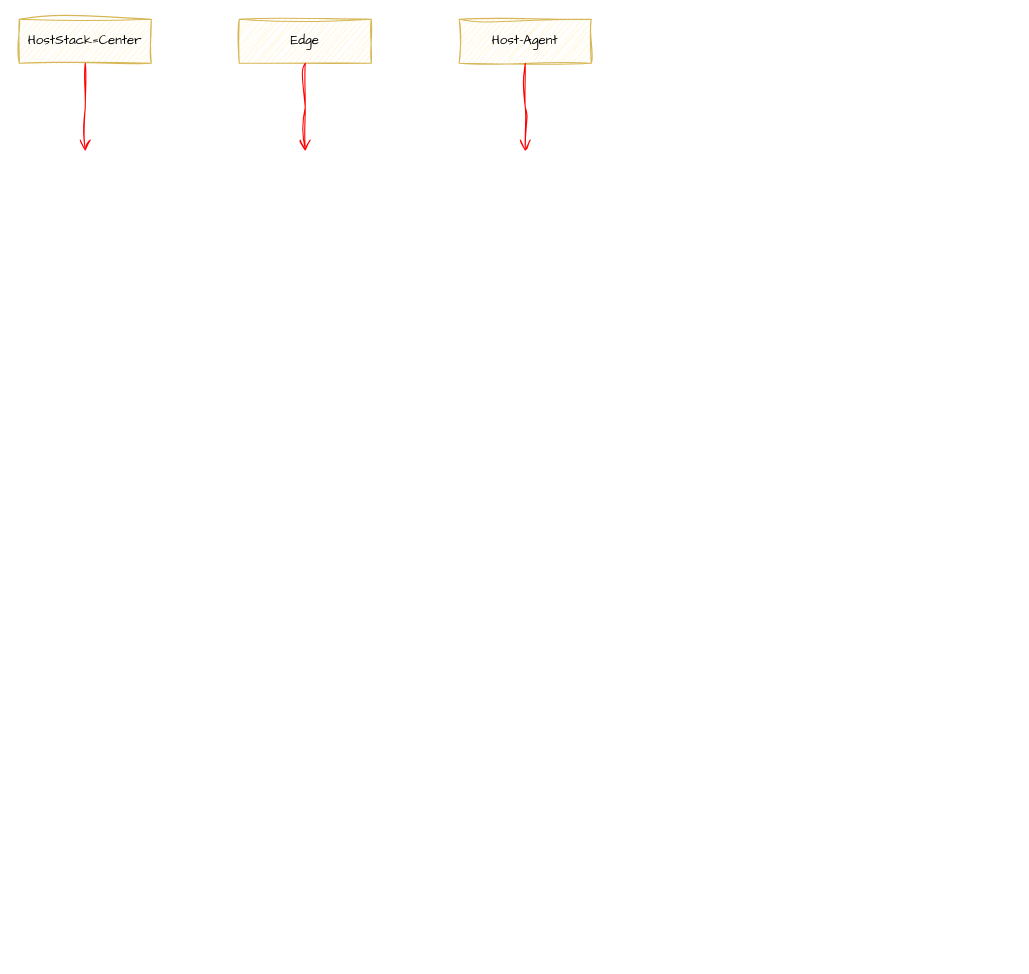
wangkuntian/draw keeps this draw.io diagram as page "时序图" (5 of 5) of test.drawio. Above is the earlier version. Source tidied: cells renumbered, new cells numbered last; positions are measured from the earlier drawing's top-left corner, leaving out a move shared by most shapes. Both pictures are drawn from the tidied source at 110%, with x=0, y=0 at pixel (19, 19).
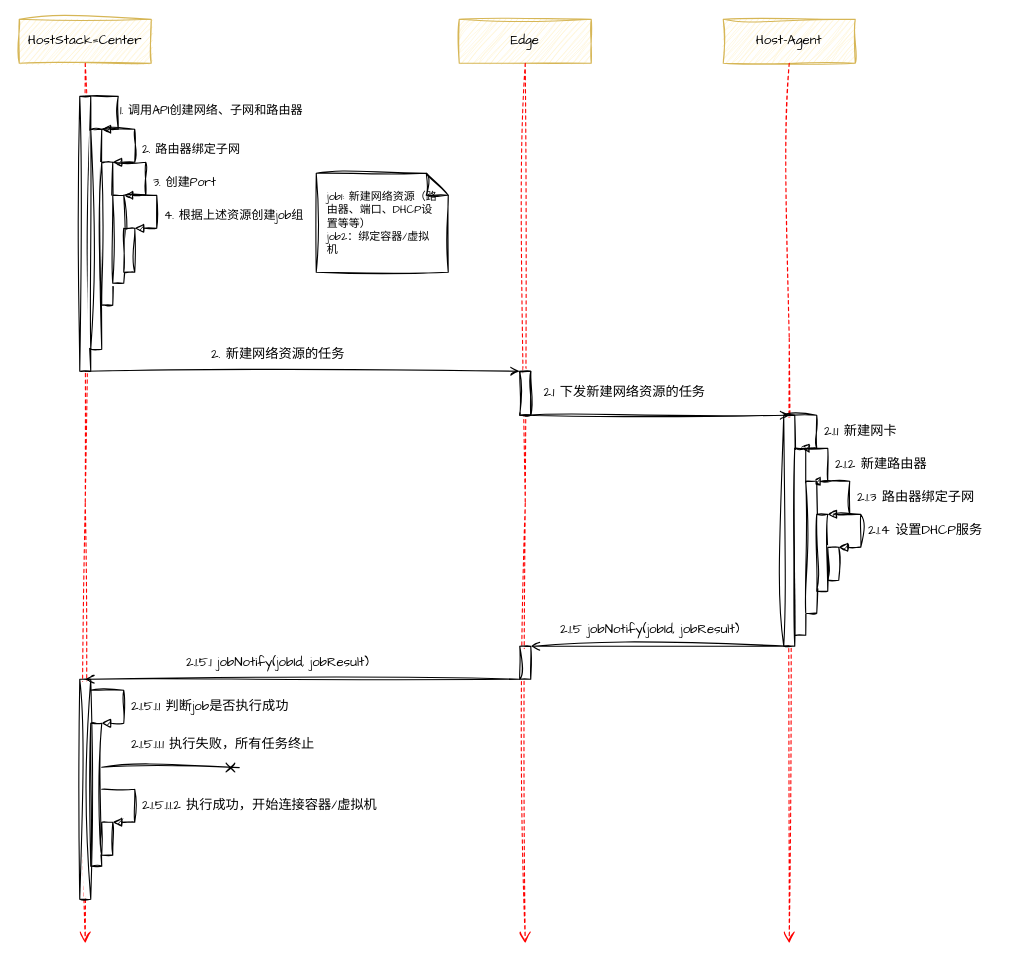
The same page after the edit.

Unchanged cells that the change refers to:
```xml
<mxCell id="2" value="HostStack=Center" style="rounded=0;whiteSpace=wrap;html=1;arcSize=40;sketch=1;hachureGap=4;jiggle=2;curveFitting=1;fontFamily=Architects Daughter;fillColor=#fff2cc;strokeColor=#d6b656;" parent="1" vertex="1">
  <mxGeometry width="120" height="40" as="geometry" />
</mxCell>
```

Change to the diagram source:
```diff
@@
-    <mxCell id="3" style="edgeStyle=orthogonalEdgeStyle;html=1;verticalAlign=bottom;endArrow=open;endSize=8;strokeColor=#ff0000;rounded=0;sketch=1;hachureGap=4;jiggle=2;curveFitting=1;fontFamily=Architects Daughter;" parent="1" edge="1" source="2">
+    <mxCell id="3" style="edgeStyle=orthogonalEdgeStyle;html=1;verticalAlign=bottom;endArrow=open;endSize=8;strokeColor=#ff0000;rounded=0;sketch=1;hachureGap=4;jiggle=2;curveFitting=1;fontFamily=Architects Daughter;dashed=1;" parent="1" edge="1" source="2">
       <mxGeometry relative="1" as="geometry">
-        <mxPoint x="60" y="120" as="targetPoint" />
+        <mxPoint x="60" y="840" as="targetPoint" />
       </mxGeometry>
     </mxCell>
     <mxCell id="4" value="Edge" style="rounded=0;whiteSpace=wrap;html=1;arcSize=40;sketch=1;hachureGap=4;jiggle=2;curveFitting=1;fontFamily=Architects Daughter;fillColor=#fff2cc;strokeColor=#d6b656;" parent="1" vertex="1">
-      <mxGeometry x="200" width="120" height="40" as="geometry" />
+      <mxGeometry x="400" width="120" height="40" as="geometry" />
     </mxCell>
-    <mxCell id="5" style="edgeStyle=orthogonalEdgeStyle;html=1;verticalAlign=bottom;endArrow=open;endSize=8;strokeColor=#ff0000;rounded=0;sketch=1;hachureGap=4;jiggle=2;curveFitting=1;fontFamily=Architects Daughter;" parent="1" edge="1" source="4">
+    <mxCell id="5" style="edgeStyle=orthogonalEdgeStyle;html=1;verticalAlign=bottom;endArrow=open;endSize=8;strokeColor=#ff0000;rounded=0;sketch=1;hachureGap=4;jiggle=2;curveFitting=1;fontFamily=Architects Daughter;dashed=1;" parent="1" edge="1" source="4">
       <mxGeometry relative="1" as="geometry">
-        <mxPoint x="260" y="120" as="targetPoint" />
+        <mxPoint x="460" y="840" as="targetPoint" />
       </mxGeometry>
     </mxCell>
     <mxCell id="6" value="Host-Agent" style="rounded=0;whiteSpace=wrap;html=1;arcSize=40;sketch=1;hachureGap=4;jiggle=2;curveFitting=1;fontFamily=Architects Daughter;fillColor=#fff2cc;strokeColor=#d6b656;" parent="1" vertex="1">
-      <mxGeometry x="400" width="120" height="40" as="geometry" />
+      <mxGeometry x="640" width="120" height="40" as="geometry" />
     </mxCell>
-    <mxCell id="7" style="edgeStyle=orthogonalEdgeStyle;html=1;verticalAlign=bottom;endArrow=open;endSize=8;strokeColor=#ff0000;rounded=0;sketch=1;hachureGap=4;jiggle=2;curveFitting=1;fontFamily=Architects Daughter;" parent="1" edge="1" source="6">
-      <mxGeometry relative="1" as="geometry">
-        <mxPoint x="460" y="120" as="targetPoint" />
-      </mxGeometry>
-    </mxCell>
+    <mxCell id="8" style="html=1;perimeter=orthogonalPerimeter;targetShapes=umlLifeline;newEdgeStyle={&quot;curved&quot;:0,&quot;rounded&quot;:0};sketch=1;hachureGap=4;jiggle=2;curveFitting=1;fontFamily=Architects Daughter;" parent="1" vertex="1">
+      <mxGeometry x="55" y="70" width="10" height="250" as="geometry" />
+    </mxCell>
+    <mxCell id="9" value="&lt;div&gt;job1: 新建网络资源（路由器、端口、DHCP设置等等）&lt;/div&gt;&lt;div&gt;job2：绑定容器/虚拟机&lt;/div&gt;" style="shape=note;size=20;whiteSpace=wrap;html=1;sketch=1;hachureGap=4;jiggle=2;curveFitting=1;fontFamily=Architects Daughter;align=left;verticalAlign=middle;fontSize=10;spacingTop=0;spacing=10;" parent="1" vertex="1">
+      <mxGeometry x="270" y="140" width="120" height="90" as="geometry" />
+    </mxCell>
+    <mxCell id="10" style="html=1;perimeter=orthogonalPerimeter;targetShapes=umlLifeline;newEdgeStyle={&quot;curved&quot;:0,&quot;rounded&quot;:0};sketch=1;hachureGap=4;jiggle=2;curveFitting=1;fontFamily=Architects Daughter;" parent="1" vertex="1">
+      <mxGeometry x="65" y="100" width="10" height="200" as="geometry" />
+    </mxCell>
+    <mxCell id="11" value="&lt;span style=&quot;color: rgb(0, 0, 0); font-family: &amp;quot;Architects Daughter&amp;quot;; font-size: 11px; font-style: normal; font-variant-ligatures: normal; font-variant-caps: normal; font-weight: 400; letter-spacing: normal; orphans: 2; text-align: left; text-indent: 0px; text-transform: none; widows: 2; word-spacing: 0px; -webkit-text-stroke-width: 0px; white-space: nowrap; background-color: rgb(255, 255, 255); text-decoration-thickness: initial; text-decoration-style: initial; text-decoration-color: initial; float: none; display: inline !important;&quot;&gt;2. 路由器绑定子网&lt;/span&gt;" style="text;whiteSpace=wrap;html=1;fontFamily=Architects Daughter;" parent="1" vertex="1">
+      <mxGeometry x="110" y="105" width="160" height="25" as="geometry" />
+    </mxCell>
+    <mxCell id="12" value="&lt;span style=&quot;font-size: 11px; text-wrap: nowrap; background-color: rgb(255, 255, 255);&quot;&gt;1. 调用API创建网络、子网和路由器&lt;/span&gt;" style="text;whiteSpace=wrap;html=1;fontFamily=Architects Daughter;" parent="1" vertex="1">
+      <mxGeometry x="90" y="70" width="180" height="30" as="geometry" />
+    </mxCell>
+    <mxCell id="13" style="html=1;align=left;spacingLeft=2;endArrow=block;rounded=0;edgeStyle=orthogonalEdgeStyle;curved=0;rounded=0;sketch=1;hachureGap=4;jiggle=2;curveFitting=1;fontFamily=Architects Daughter;" parent="1" edge="1">
+      <mxGeometry x="0.33" y="50" relative="1" as="geometry">
+        <mxPoint x="60" y="70" as="sourcePoint" />
+        <mxPoint x="75" y="100" as="targetPoint" />
+        <Array as="points">
+          <mxPoint x="90" y="70" />
+          <mxPoint x="90" y="100" />
+        </Array>
+      </mxGeometry>
+    </mxCell>
+    <mxCell id="14" style="html=1;align=left;spacingLeft=2;endArrow=block;rounded=0;edgeStyle=orthogonalEdgeStyle;curved=0;rounded=0;sketch=1;hachureGap=4;jiggle=2;curveFitting=1;fontFamily=Architects Daughter;" parent="1" edge="1" target="15">
+      <mxGeometry x="0.33" y="50" relative="1" as="geometry">
+        <mxPoint x="75" y="100" as="sourcePoint" />
+        <Array as="points">
+          <mxPoint x="105" y="100" />
+          <mxPoint x="105" y="130" />
+        </Array>
+      </mxGeometry>
+    </mxCell>
+    <mxCell id="15" style="html=1;points=[[0,0,0,0,5],[0,1,0,0,-5],[1,0,0,0,5],[1,1,0,0,-5]];perimeter=orthogonalPerimeter;outlineConnect=0;targetShapes=umlLifeline;portConstraint=eastwest;newEdgeStyle={&quot;curved&quot;:0,&quot;rounded&quot;:0};sketch=1;hachureGap=4;jiggle=2;curveFitting=1;fontFamily=Architects Daughter;" parent="1" vertex="1">
+      <mxGeometry x="75" y="130" width="10" height="130" as="geometry" />
+    </mxCell>
+    <mxCell id="16" style="html=1;align=left;spacingLeft=2;endArrow=block;rounded=0;edgeStyle=orthogonalEdgeStyle;curved=0;rounded=0;sketch=1;hachureGap=4;jiggle=2;curveFitting=1;fontFamily=Architects Daughter;" parent="1" edge="1">
+      <mxGeometry x="0.33" y="50" relative="1" as="geometry">
+        <mxPoint x="85" y="130" as="sourcePoint" />
+        <mxPoint x="95" y="160" as="targetPoint" />
+        <Array as="points">
+          <mxPoint x="115" y="130" />
+          <mxPoint x="115" y="160" />
+        </Array>
+      </mxGeometry>
+    </mxCell>
+    <mxCell id="17" style="html=1;perimeter=orthogonalPerimeter;targetShapes=umlLifeline;newEdgeStyle={&quot;curved&quot;:0,&quot;rounded&quot;:0};sketch=1;hachureGap=4;jiggle=2;curveFitting=1;fontFamily=Architects Daughter;" parent="1" vertex="1">
+      <mxGeometry x="85" y="160" width="10" height="80" as="geometry" />
+    </mxCell>
+    <mxCell id="18" value="&lt;span style=&quot;color: rgb(0, 0, 0); font-family: &amp;quot;Architects Daughter&amp;quot;; font-size: 11px; font-style: normal; font-variant-ligatures: normal; font-variant-caps: normal; font-weight: 400; letter-spacing: normal; orphans: 2; text-align: left; text-indent: 0px; text-transform: none; widows: 2; word-spacing: 0px; -webkit-text-stroke-width: 0px; white-space: nowrap; background-color: rgb(255, 255, 255); text-decoration-thickness: initial; text-decoration-style: initial; text-decoration-color: initial; float: none; display: inline !important;&quot;&gt;3. 创建Port&lt;/span&gt;" style="text;whiteSpace=wrap;html=1;fontFamily=Architects Daughter;" parent="1" vertex="1">
+      <mxGeometry x="120" y="135" width="160" height="25" as="geometry" />
+    </mxCell>
+    <mxCell id="19" style="html=1;perimeter=orthogonalPerimeter;targetShapes=umlLifeline;newEdgeStyle={&quot;curved&quot;:0,&quot;rounded&quot;:0};sketch=1;hachureGap=4;jiggle=2;curveFitting=1;fontFamily=Architects Daughter;" parent="1" vertex="1">
+      <mxGeometry x="95" y="190" width="10" height="40" as="geometry" />
+    </mxCell>
+    <mxCell id="20" style="html=1;align=left;spacingLeft=2;endArrow=block;rounded=0;edgeStyle=orthogonalEdgeStyle;curved=0;rounded=0;sketch=1;hachureGap=4;jiggle=2;curveFitting=1;fontFamily=Architects Daughter;" parent="1" edge="1">
+      <mxGeometry x="0.33" y="50" relative="1" as="geometry">
+        <mxPoint x="95" y="160" as="sourcePoint" />
+        <mxPoint x="105" y="190" as="targetPoint" />
+        <Array as="points">
+          <mxPoint x="125" y="160" />
+          <mxPoint x="125" y="190" />
+        </Array>
+      </mxGeometry>
+    </mxCell>
+    <mxCell id="21" value="&lt;span style=&quot;color: rgb(0, 0, 0); font-family: &amp;quot;Architects Daughter&amp;quot;; font-size: 11px; font-style: normal; font-variant-ligatures: normal; font-variant-caps: normal; font-weight: 400; letter-spacing: normal; orphans: 2; text-align: left; text-indent: 0px; text-transform: none; widows: 2; word-spacing: 0px; -webkit-text-stroke-width: 0px; white-space: nowrap; background-color: rgb(255, 255, 255); text-decoration-thickness: initial; text-decoration-style: initial; text-decoration-color: initial; float: none; display: inline !important;&quot;&gt;4. 根据上述资源创建job组&lt;/span&gt;" style="text;whiteSpace=wrap;html=1;fontFamily=Architects Daughter;" parent="1" vertex="1">
+      <mxGeometry x="130" y="165" width="160" height="25" as="geometry" />
+    </mxCell>
+    <mxCell id="22" style="html=1;points=[[0,0,0,0,5],[0,1,0,0,-5],[1,0,0,0,5],[1,1,0,0,-5]];perimeter=orthogonalPerimeter;outlineConnect=0;targetShapes=umlLifeline;portConstraint=eastwest;newEdgeStyle={&quot;curved&quot;:0,&quot;rounded&quot;:0};sketch=1;hachureGap=4;jiggle=2;curveFitting=1;fontFamily=Architects Daughter;" parent="1" vertex="1">
+      <mxGeometry x="455" y="320" width="10" height="40" as="geometry" />
+    </mxCell>
+    <mxCell id="23" style="edgeStyle=none;jettySize=auto;html=1;rounded=0;sketch=1;hachureGap=4;jiggle=2;curveFitting=1;fontFamily=Architects Daughter;endArrow=open;endFill=0;" parent="1" edge="1" target="22">
+      <mxGeometry relative="1" as="geometry">
+        <mxPoint x="60" y="320" as="sourcePoint" />
+      </mxGeometry>
+    </mxCell>
+    <mxCell id="24" value="2.1 下发新建网络资源的任务" style="text;html=1;align=center;verticalAlign=middle;strokeColor=none;fillColor=none;fontFamily=Architects Daughter;" parent="1" vertex="1">
+      <mxGeometry x="465" y="325" width="170" height="30" as="geometry" />
+    </mxCell>
+    <mxCell id="25" style="html=1;perimeter=orthogonalPerimeter;targetShapes=umlLifeline;newEdgeStyle={&quot;curved&quot;:0,&quot;rounded&quot;:0};sketch=1;hachureGap=4;jiggle=2;curveFitting=1;fontFamily=Architects Daughter;" parent="1" vertex="1">
+      <mxGeometry x="455" y="320" width="10" height="40" as="geometry" />
+    </mxCell>
+    <mxCell id="26" style="edgeStyle=orthogonalEdgeStyle;html=1;verticalAlign=bottom;endArrow=open;endSize=8;strokeColor=#ff0000;rounded=0;sketch=1;hachureGap=4;jiggle=2;curveFitting=1;fontFamily=Architects Daughter;dashed=1;" parent="1" edge="1">
+      <mxGeometry relative="1" as="geometry">
+        <mxPoint x="700" y="40" as="sourcePoint" />
+        <mxPoint x="700" y="840" as="targetPoint" />
+        <Array as="points">
+          <mxPoint x="700" y="290" />
+          <mxPoint x="700" y="290" />
+        </Array>
+      </mxGeometry>
+    </mxCell>
+    <mxCell id="27" style="html=1;perimeter=orthogonalPerimeter;targetShapes=umlLifeline;newEdgeStyle={&quot;curved&quot;:0,&quot;rounded&quot;:0};sketch=1;hachureGap=4;jiggle=2;curveFitting=1;fontFamily=Architects Daughter;" parent="1" vertex="1">
+      <mxGeometry x="695" y="360" width="10" height="210" as="geometry" />
+    </mxCell>
+    <mxCell id="28" style="edgeStyle=none;orthogonalLoop=1;jettySize=auto;html=1;rounded=0;sketch=1;hachureGap=4;jiggle=2;curveFitting=1;fontFamily=Architects Daughter;endArrow=open;endFill=0;" parent="1" edge="1">
+      <mxGeometry relative="1" as="geometry">
+        <mxPoint x="460" y="360" as="sourcePoint" />
+        <mxPoint x="700" y="360" as="targetPoint" />
+      </mxGeometry>
+    </mxCell>
+    <mxCell id="29" value="2.1.1 新建网卡" style="text;html=1;align=left;verticalAlign=middle;strokeColor=none;fillColor=none;fontFamily=Architects Daughter;" parent="1" vertex="1">
+      <mxGeometry x="730" y="360" width="90" height="30" as="geometry" />
+    </mxCell>
+    <mxCell id="30" style="html=1;align=left;spacingLeft=2;endArrow=block;rounded=0;edgeStyle=orthogonalEdgeStyle;curved=0;rounded=0;sketch=1;hachureGap=4;jiggle=2;curveFitting=1;fontFamily=Architects Daughter;" parent="1" edge="1">
+      <mxGeometry x="0.33" y="50" relative="1" as="geometry">
+        <mxPoint x="695" y="360" as="sourcePoint" />
+        <mxPoint x="710" y="390" as="targetPoint" />
+        <Array as="points">
+          <mxPoint x="725" y="360" />
+          <mxPoint x="725" y="390" />
+        </Array>
+      </mxGeometry>
+    </mxCell>
+    <mxCell id="31" style="html=1;perimeter=orthogonalPerimeter;targetShapes=umlLifeline;newEdgeStyle={&quot;curved&quot;:0,&quot;rounded&quot;:0};sketch=1;hachureGap=4;jiggle=2;curveFitting=1;fontFamily=Architects Daughter;" parent="1" vertex="1">
+      <mxGeometry x="705" y="390" width="10" height="170" as="geometry" />
+    </mxCell>
+    <mxCell id="32" style="html=1;align=left;spacingLeft=2;endArrow=block;rounded=0;edgeStyle=orthogonalEdgeStyle;curved=0;rounded=0;sketch=1;hachureGap=4;jiggle=2;curveFitting=1;fontFamily=Architects Daughter;" parent="1" edge="1">
+      <mxGeometry x="0.33" y="50" relative="1" as="geometry">
+        <mxPoint x="705" y="390" as="sourcePoint" />
+        <mxPoint x="720" y="420" as="targetPoint" />
+        <Array as="points">
+          <mxPoint x="735" y="390" />
+          <mxPoint x="735" y="420" />
+        </Array>
+      </mxGeometry>
+    </mxCell>
+    <mxCell id="33" style="html=1;perimeter=orthogonalPerimeter;targetShapes=umlLifeline;newEdgeStyle={&quot;curved&quot;:0,&quot;rounded&quot;:0};sketch=1;hachureGap=4;jiggle=2;curveFitting=1;fontFamily=Architects Daughter;" parent="1" vertex="1">
+      <mxGeometry x="715" y="420" width="10" height="120" as="geometry" />
+    </mxCell>
+    <mxCell id="34" value="2.1.2 新建路由器" style="text;html=1;align=left;verticalAlign=middle;strokeColor=none;fillColor=none;fontFamily=Architects Daughter;" parent="1" vertex="1">
+      <mxGeometry x="740" y="390" width="110" height="30" as="geometry" />
+    </mxCell>
+    <mxCell id="35" style="html=1;align=left;spacingLeft=2;endArrow=block;rounded=0;edgeStyle=orthogonalEdgeStyle;curved=0;rounded=0;sketch=1;hachureGap=4;jiggle=2;curveFitting=1;fontFamily=Architects Daughter;" parent="1" edge="1" target="36">
+      <mxGeometry x="0.33" y="50" relative="1" as="geometry">
+        <mxPoint x="730" y="420" as="sourcePoint" />
+        <Array as="points">
+          <mxPoint x="755" y="420" />
+          <mxPoint x="755" y="450" />
+        </Array>
+      </mxGeometry>
+    </mxCell>
+    <mxCell id="36" style="html=1;points=[[0,0,0,0,5],[0,1,0,0,-5],[1,0,0,0,5],[1,1,0,0,-5]];perimeter=orthogonalPerimeter;outlineConnect=0;targetShapes=umlLifeline;portConstraint=eastwest;newEdgeStyle={&quot;curved&quot;:0,&quot;rounded&quot;:0};sketch=1;hachureGap=4;jiggle=2;curveFitting=1;fontFamily=Architects Daughter;" parent="1" vertex="1">
+      <mxGeometry x="725" y="450" width="10" height="70" as="geometry" />
+    </mxCell>
+    <mxCell id="37" value="2.1.3 路由器绑定子网" style="text;html=1;align=left;verticalAlign=middle;strokeColor=none;fillColor=none;fontFamily=Architects Daughter;" parent="1" vertex="1">
+      <mxGeometry x="760" y="420" width="130" height="30" as="geometry" />
+    </mxCell>
+    <mxCell id="38" style="html=1;align=left;spacingLeft=2;endArrow=block;rounded=0;edgeStyle=orthogonalEdgeStyle;curved=0;rounded=0;sketch=1;hachureGap=4;jiggle=2;curveFitting=1;fontFamily=Architects Daughter;" parent="1" edge="1">
+      <mxGeometry x="0.33" y="50" relative="1" as="geometry">
+        <mxPoint x="740" y="450" as="sourcePoint" />
+        <mxPoint x="745" y="480" as="targetPoint" />
+        <Array as="points">
+          <mxPoint x="765" y="450" />
+          <mxPoint x="765" y="480" />
+        </Array>
+      </mxGeometry>
+    </mxCell>
+    <mxCell id="39" style="html=1;perimeter=orthogonalPerimeter;targetShapes=umlLifeline;newEdgeStyle={&quot;curved&quot;:0,&quot;rounded&quot;:0};sketch=1;hachureGap=4;jiggle=2;curveFitting=1;fontFamily=Architects Daughter;" parent="1" vertex="1">
+      <mxGeometry x="735" y="480" width="10" height="30" as="geometry" />
+    </mxCell>
+    <mxCell id="40" value="2.1.4 设置DHCP服务" style="text;html=1;align=left;verticalAlign=middle;strokeColor=none;fillColor=none;fontFamily=Architects Daughter;" parent="1" vertex="1">
+      <mxGeometry x="770" y="450" width="130" height="30" as="geometry" />
+    </mxCell>
+    <mxCell id="41" value="2.1.5 jobNotify(jobId, jobResult)" style="text;html=1;align=left;verticalAlign=middle;strokeColor=none;fillColor=none;fontFamily=Architects Daughter;" parent="1" vertex="1">
+      <mxGeometry x="490" y="540" width="190" height="30" as="geometry" />
+    </mxCell>
+    <mxCell id="42" style="html=1;points=[[0,0,0,0,5],[0,1,0,0,-5],[1,0,0,0,5],[1,1,0,0,-5]];perimeter=orthogonalPerimeter;outlineConnect=0;targetShapes=umlLifeline;portConstraint=eastwest;newEdgeStyle={&quot;curved&quot;:0,&quot;rounded&quot;:0};sketch=1;hachureGap=4;jiggle=2;curveFitting=1;fontFamily=Architects Daughter;" parent="1" vertex="1">
+      <mxGeometry x="455" y="570" width="10" height="30" as="geometry" />
+    </mxCell>
+    <mxCell id="43" style="edgeStyle=none;jettySize=auto;html=1;rounded=0;sketch=1;hachureGap=4;jiggle=2;curveFitting=1;fontFamily=Architects Daughter;endArrow=none;endFill=0;startArrow=open;startFill=0;" parent="1" edge="1" source="42">
+      <mxGeometry relative="1" as="geometry">
+        <mxPoint x="700" y="570" as="targetPoint" />
+      </mxGeometry>
+    </mxCell>
+    <mxCell id="44" style="edgeStyle=none;orthogonalLoop=1;jettySize=auto;html=1;rounded=0;sketch=1;hachureGap=4;jiggle=2;curveFitting=1;fontFamily=Architects Daughter;endArrow=none;endFill=0;startArrow=open;startFill=0;" parent="1" edge="1">
+      <mxGeometry relative="1" as="geometry">
+        <mxPoint x="60" y="600" as="sourcePoint" />
+        <mxPoint x="455" y="600" as="targetPoint" />
+      </mxGeometry>
+    </mxCell>
+    <mxCell id="45" value="2.1.5.1 jobNotify(jobId, jobResult)" style="text;html=1;align=left;verticalAlign=middle;strokeColor=none;fillColor=none;fontFamily=Architects Daughter;" parent="1" vertex="1">
+      <mxGeometry x="150" y="570" width="190" height="30" as="geometry" />
+    </mxCell>
+    <mxCell id="46" style="html=1;perimeter=orthogonalPerimeter;targetShapes=umlLifeline;newEdgeStyle={&quot;curved&quot;:0,&quot;rounded&quot;:0};sketch=1;hachureGap=4;jiggle=2;curveFitting=1;fontFamily=Architects Daughter;" parent="1" vertex="1">
+      <mxGeometry x="55" y="600" width="10" height="200" as="geometry" />
+    </mxCell>
+    <mxCell id="47" style="html=1;align=left;spacingLeft=2;endArrow=block;rounded=0;edgeStyle=orthogonalEdgeStyle;curved=0;rounded=0;sketch=1;hachureGap=4;jiggle=2;curveFitting=1;fontFamily=Architects Daughter;" parent="1" edge="1" target="48">
+      <mxGeometry x="0.33" y="50" relative="1" as="geometry">
+        <mxPoint x="65" y="610" as="sourcePoint" />
+        <Array as="points">
+          <mxPoint x="95" y="610" />
+          <mxPoint x="95" y="640" />
+        </Array>
+      </mxGeometry>
+    </mxCell>
+    <mxCell id="48" style="html=1;points=[[0,0,0,0,5],[0,1,0,0,-5],[1,0,0,0,5],[1,1,0,0,-5]];perimeter=orthogonalPerimeter;outlineConnect=0;targetShapes=umlLifeline;portConstraint=eastwest;newEdgeStyle={&quot;curved&quot;:0,&quot;rounded&quot;:0};sketch=1;hachureGap=4;jiggle=2;curveFitting=1;fontFamily=Architects Daughter;" parent="1" vertex="1">
+      <mxGeometry x="65" y="640" width="10" height="130" as="geometry" />
+    </mxCell>
+    <mxCell id="49" value="2.1.5.1.1 判断job是否执行成功" style="text;html=1;align=left;verticalAlign=middle;strokeColor=none;fillColor=none;fontFamily=Architects Daughter;" parent="1" vertex="1">
+      <mxGeometry x="100" y="610" width="170" height="30" as="geometry" />
+    </mxCell>
+    <mxCell id="50" style="edgeStyle=none;orthogonalLoop=1;jettySize=auto;html=1;rounded=0;sketch=1;hachureGap=4;jiggle=2;curveFitting=1;fontFamily=Architects Daughter;endArrow=cross;endFill=0;" parent="1" edge="1">
+      <mxGeometry relative="1" as="geometry">
+        <mxPoint x="75" y="680" as="sourcePoint" />
+        <mxPoint x="200" y="680.3" as="targetPoint" />
+      </mxGeometry>
+    </mxCell>
+    <mxCell id="51" value="2.1.5.1.1.1 执行失败，所有任务终止" style="text;html=1;align=left;verticalAlign=middle;strokeColor=none;fillColor=none;fontFamily=Architects Daughter;" parent="1" vertex="1">
+      <mxGeometry x="100" y="645" width="190" height="30" as="geometry" />
+    </mxCell>
+    <mxCell id="52" style="html=1;align=left;spacingLeft=2;endArrow=block;rounded=0;edgeStyle=orthogonalEdgeStyle;curved=0;rounded=0;sketch=1;hachureGap=4;jiggle=2;curveFitting=1;fontFamily=Architects Daughter;" parent="1" edge="1">
+      <mxGeometry x="0.33" y="50" relative="1" as="geometry">
+        <mxPoint x="75" y="700" as="sourcePoint" />
+        <mxPoint x="85" y="730" as="targetPoint" />
+        <Array as="points">
+          <mxPoint x="105" y="700" />
+          <mxPoint x="105" y="730" />
+        </Array>
+      </mxGeometry>
+    </mxCell>
+    <mxCell id="53" style="html=1;perimeter=orthogonalPerimeter;targetShapes=umlLifeline;newEdgeStyle={&quot;curved&quot;:0,&quot;rounded&quot;:0};sketch=1;hachureGap=4;jiggle=2;curveFitting=1;fontFamily=Architects Daughter;" parent="1" vertex="1">
+      <mxGeometry x="75" y="730" width="10" height="30" as="geometry" />
+    </mxCell>
+    <mxCell id="54" value="2.1.5.1.1.2 执行成功，开始连接容器/虚拟机" style="text;html=1;align=left;verticalAlign=middle;strokeColor=none;fillColor=none;fontFamily=Architects Daughter;" parent="1" vertex="1">
+      <mxGeometry x="110" y="700" width="240" height="30" as="geometry" />
+    </mxCell>
+    <mxCell id="55" value="2. 新建网络资源的任务" style="text;html=1;align=center;verticalAlign=middle;strokeColor=none;fillColor=none;fontFamily=Architects Daughter;" parent="1" vertex="1">
+      <mxGeometry x="165" y="290" width="140" height="30" as="geometry" />
+    </mxCell>
```
